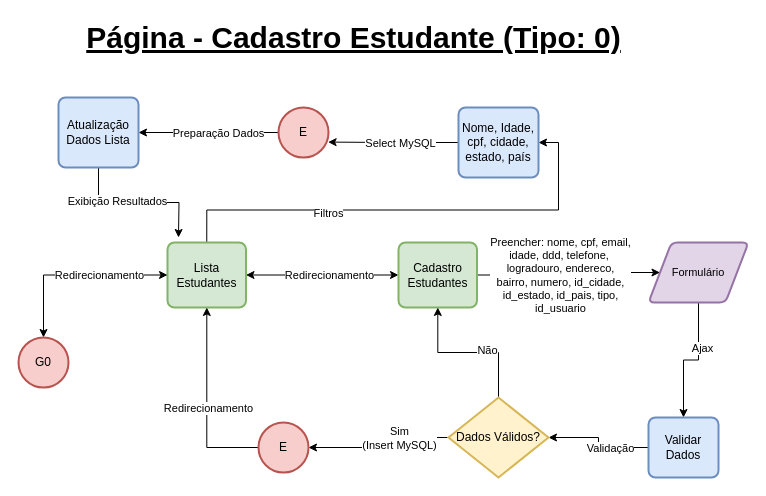
Earlier version of the draw.io diagram page "Flow - Cadastro Estudante" (7 of 17) of APS-FLOW.drawio (CSFelix/UML). Source tidied: cells renumbered, new cells numbered last; positions are measured from the earlier drawing's top-left corner, leaving out a move shared by most shapes. Both pictures are drawn from the tidied source at 100%, with x=0, y=0 at pixel (18, 17).
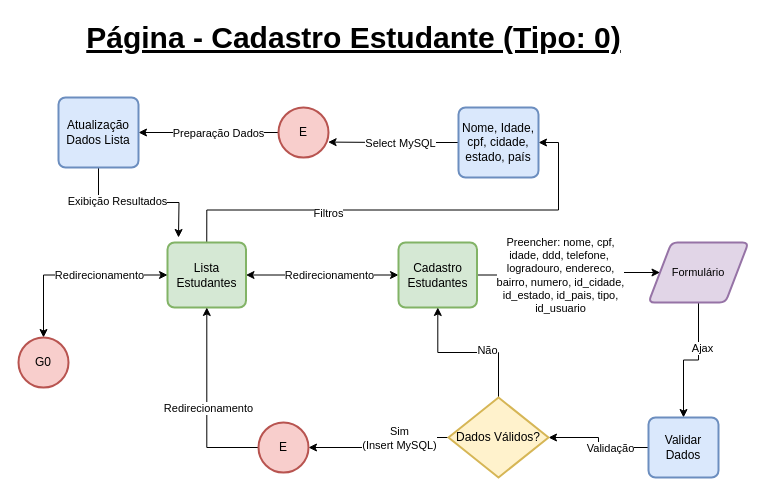
Above is the later version.

The change refers to these unchanged cells:
```xml
<mxCell id="14" style="edgeStyle=orthogonalEdgeStyle;rounded=0;jettySize=auto;html=1;startArrow=none;startFill=0;" parent="1" edge="1" source="16" target="13">
  <mxGeometry relative="1" as="geometry" />
</mxCell>
```

Diff of the diagram source:
```diff
@@
-    <mxCell id="15" value="Preencher: nome, cpf, email,&lt;br&gt;idade, ddd, telefone,&amp;nbsp;&lt;br&gt;logradouro, endereco,&lt;br&gt;bairro, numero, id_cidade,&lt;br&gt;id_estado, id_pais, tipo,&lt;br&gt;id_usuario" style="edgeLabel;html=1;align=center;verticalAlign=middle;" parent="14" vertex="1">
+    <mxCell id="15" value="Preencher: nome, cpf,&lt;br&gt;idade, ddd, telefone,&amp;nbsp;&lt;br&gt;logradouro, endereco,&lt;br&gt;bairro, numero, id_cidade,&lt;br&gt;id_estado, id_pais, tipo,&lt;br&gt;id_usuario" style="edgeLabel;html=1;align=center;verticalAlign=middle;" parent="14" vertex="1">
       <mxGeometry x="-0.28" y="1" relative="1" as="geometry">
         <mxPoint x="15.5" y="1" as="offset" />
       </mxGeometry>
     </mxCell>
```
